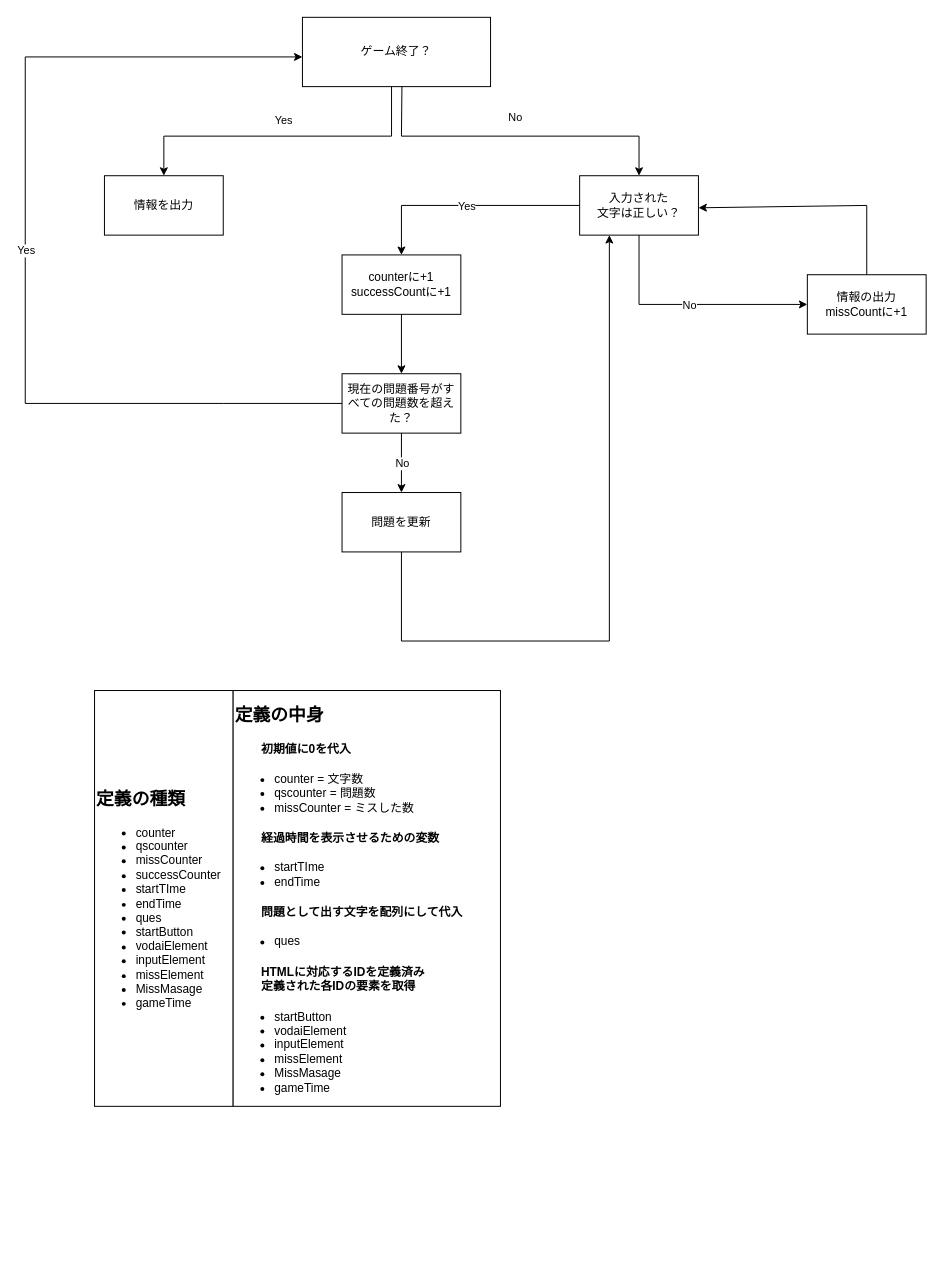
This is Typing/条件分岐.drawio from kuma3daooo/GameProgramming, a draw.io file, before an edit. Source tidied: cells renumbered, new cells numbered last; positions are measured from the earlier drawing's top-left corner, leaving out a move shared by most shapes. Both pictures are drawn from the tidied source at 99%, with x=0, y=0 at pixel (25, 17).
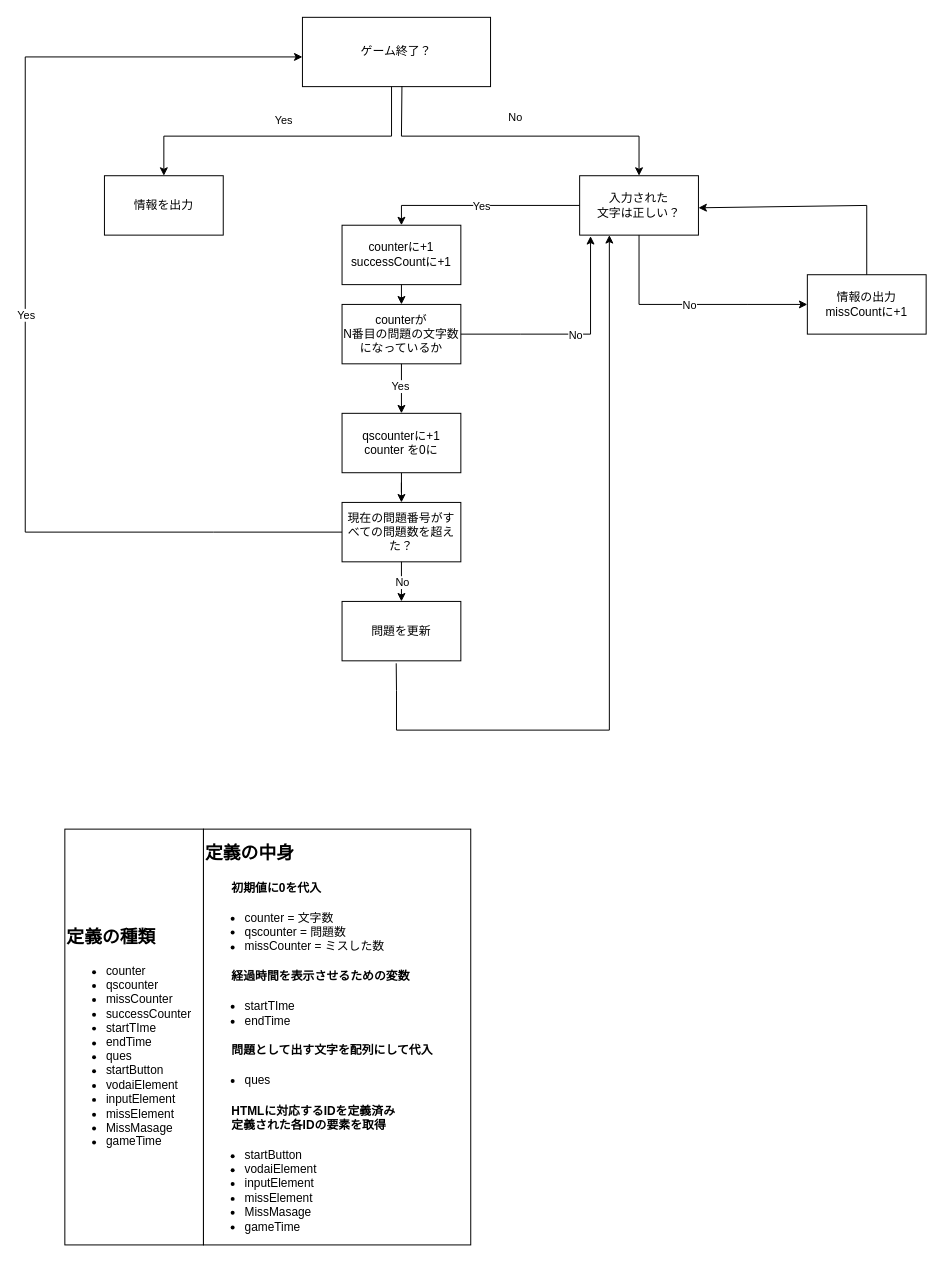
The same diagram, later.

The change refers to these unchanged cells:
```xml
<mxCell id="8" value="入力された&lt;br&gt;文字は正しい？" style="rounded=0;whiteSpace=wrap;html=1;" parent="1" vertex="1">
  <mxGeometry x="560" y="160" width="120" height="60" as="geometry" />
</mxCell>
```

Diff of the diagram source:
```diff
@@
-    <mxCell id="9" style="endArrow=classic;html=1;rounded=0;exitX=0;exitY=0.5;exitDx=0;exitDy=0;" parent="1" edge="1" source="8">
+    <mxCell id="9" style="endArrow=classic;html=1;rounded=0;exitX=0;exitY=0.5;exitDx=0;exitDy=0;entryX=0.5;entryY=0;entryDx=0;entryDy=0;" parent="1" edge="1" source="8" target="15">
       <mxGeometry relative="1" as="geometry">
-        <mxPoint x="380" y="240" as="targetPoint" />
         <Array as="points">
           <mxPoint x="380" y="190" />
         </Array>
       </mxGeometry>
     </mxCell>
@@
     <mxCell id="15" value="counterに+1&lt;br&gt;successCountに+1" style="rounded=0;whiteSpace=wrap;html=1;" parent="1" vertex="1">
-      <mxGeometry x="320" y="240" width="120" height="60" as="geometry" />
+      <mxGeometry x="320" y="210" width="120" height="60" as="geometry" />
     </mxCell>
     <mxCell id="16" value="現在の問題番号がすべての問題数を超えた？" style="rounded=0;whiteSpace=wrap;html=1;" parent="1" vertex="1">
-      <mxGeometry x="320" y="360" width="120" height="60" as="geometry" />
+      <mxGeometry x="320" y="490" width="120" height="60" as="geometry" />
     </mxCell>
-    <mxCell id="17" style="endArrow=classic;html=1;rounded=0;exitX=0.5;exitY=1;exitDx=0;exitDy=0;entryX=0.5;entryY=0;entryDx=0;entryDy=0;" parent="1" edge="1" source="15" target="16">
+    <mxCell id="17" style="endArrow=classic;html=1;rounded=0;exitX=0.5;exitY=1;exitDx=0;exitDy=0;entryX=0.5;entryY=0;entryDx=0;entryDy=0;" parent="1" edge="1" source="15" target="28">
       <mxGeometry relative="1" as="geometry" />
     </mxCell>
-    <mxCell id="18" style="endArrow=classic;html=1;rounded=0;exitX=0.5;exitY=1;exitDx=0;exitDy=0;" parent="1" edge="1" source="16">
-      <mxGeometry relative="1" as="geometry">
-        <mxPoint x="380" y="480" as="targetPoint" />
-      </mxGeometry>
+    <mxCell id="18" style="endArrow=classic;html=1;rounded=0;exitX=0.5;exitY=1;exitDx=0;exitDy=0;entryX=0.5;entryY=0;entryDx=0;entryDy=0;" parent="1" edge="1" source="16" target="20">
+      <mxGeometry relative="1" as="geometry" />
     </mxCell>
@@
     <mxCell id="20" value="問題を更新" style="rounded=0;whiteSpace=wrap;html=1;" parent="1" vertex="1">
-      <mxGeometry x="320" y="480" width="120" height="60" as="geometry" />
+      <mxGeometry x="320" y="590" width="120" height="60" as="geometry" />
     </mxCell>
     <mxCell id="21" style="endArrow=classic;html=1;rounded=0;exitX=0;exitY=0.5;exitDx=0;exitDy=0;" parent="1" edge="1" source="16">
       <mxGeometry relative="1" as="geometry">
         <mxPoint x="280" y="40" as="targetPoint" />
         <Array as="points">
-          <mxPoint x="200" y="390" />
-          <mxPoint y="390" />
+          <mxPoint x="190" y="520" />
+          <mxPoint y="520" />
           <mxPoint y="130" />
           <mxPoint y="40" />
         </Array>
       </mxGeometry>
     </mxCell>
@@
-    <mxCell id="23" style="endArrow=classic;html=1;rounded=0;exitX=0.5;exitY=1;exitDx=0;exitDy=0;entryX=0.25;entryY=1;entryDx=0;entryDy=0;" parent="1" edge="1" source="20" target="8">
+    <mxCell id="23" style="endArrow=classic;html=1;rounded=0;exitX=0.456;exitY=1.042;exitDx=0;exitDy=0;entryX=0.25;entryY=1;entryDx=0;entryDy=0;exitPerimeter=0;" parent="1" edge="1" source="20" target="8">
       <mxGeometry relative="1" as="geometry">
         <Array as="points">
-          <mxPoint x="380" y="630" />
-          <mxPoint x="590" y="630" />
+          <mxPoint x="375" y="680" />
+          <mxPoint x="375" y="720" />
+          <mxPoint x="590" y="720" />
         </Array>
       </mxGeometry>
     </mxCell>
     <mxCell id="24" value="&lt;h2 style=&quot;&quot;&gt;定義の種類&lt;/h2&gt;&lt;div&gt;&lt;ul&gt;&lt;li&gt;counter&lt;/li&gt;&lt;li&gt;qscounter&lt;/li&gt;&lt;li&gt;missCounter&lt;/li&gt;&lt;li&gt;successCounter&lt;/li&gt;&lt;li&gt;startTIme&lt;/li&gt;&lt;li&gt;endTime&lt;/li&gt;&lt;li&gt;ques&lt;/li&gt;&lt;li&gt;startButton&lt;/li&gt;&lt;li&gt;vodaiElement&lt;/li&gt;&lt;li&gt;inputElement&lt;/li&gt;&lt;li&gt;missElement&lt;/li&gt;&lt;li&gt;MissMasage&lt;/li&gt;&lt;li&gt;gameTime&lt;/li&gt;&lt;/ul&gt;&lt;/div&gt;" style="rounded=0;whiteSpace=wrap;html=1;align=left;" parent="1" vertex="1">
-      <mxGeometry x="70" y="680" width="140" height="420" as="geometry" />
+      <mxGeometry x="40" y="820" width="140" height="420" as="geometry" />
     </mxCell>
     <mxCell id="25" value="&lt;h2&gt;定義の中身&lt;/h2&gt;&lt;h4&gt;&lt;span style=&quot;text-align: justify;&quot;&gt;&lt;span style=&quot;white-space: pre;&quot;&gt;&#9;&lt;/span&gt;初期値に0を代入&lt;/span&gt;&lt;/h4&gt;&lt;div style=&quot;text-align: justify;&quot;&gt;&lt;ul&gt;&lt;li&gt;counter = 文字数&lt;/li&gt;&lt;li&gt;qscounter = 問題数&lt;/li&gt;&lt;li&gt;missCounter = ミスした数&lt;/li&gt;&lt;/ul&gt;&lt;/div&gt;&lt;h4 style=&quot;text-align: justify;&quot;&gt;&lt;span style=&quot;white-space: pre;&quot;&gt;&lt;span style=&quot;white-space: pre;&quot;&gt;&#9;&lt;/span&gt;経過時間を表示させるための変数&lt;/span&gt;&lt;/h4&gt;&lt;div style=&quot;text-align: justify;&quot;&gt;&lt;/div&gt;&lt;div style=&quot;text-align: justify;&quot;&gt;&lt;ul&gt;&lt;li&gt;startTIme&lt;/li&gt;&lt;li&gt;endTime&lt;/li&gt;&lt;/ul&gt;&lt;/div&gt;&lt;h4 style=&quot;text-align: justify;&quot;&gt;&lt;span style=&quot;white-space: pre;&quot;&gt;&#9;&lt;/span&gt;&lt;span style=&quot;background-color: initial; white-space: pre;&quot;&gt;問題として出す文字を配列にして代入&lt;/span&gt;&lt;/h4&gt;&lt;div style=&quot;text-align: justify;&quot;&gt;&lt;ul&gt;&lt;li&gt;&lt;span style=&quot;background-color: initial; white-space: pre;&quot;&gt;ques&lt;/span&gt;&lt;/li&gt;&lt;/ul&gt;&lt;/div&gt;&lt;h4 style=&quot;text-align: justify;&quot;&gt;&lt;span style=&quot;white-space: pre;&quot;&gt;&#9;&lt;/span&gt;HTMLに対応するIDを定義済み&lt;br&gt;&lt;span style=&quot;white-space: pre;&quot;&gt;&#9;&lt;/span&gt;定義された各IDの要素を取得&lt;/h4&gt;&lt;div style=&quot;text-align: justify;&quot;&gt;&lt;ul&gt;&lt;li&gt;startButton&lt;/li&gt;&lt;li&gt;vodaiElement&lt;/li&gt;&lt;li&gt;inputElement&lt;/li&gt;&lt;li&gt;missElement&lt;/li&gt;&lt;li&gt;MissMasage&lt;/li&gt;&lt;li&gt;gameTime&lt;/li&gt;&lt;/ul&gt;&lt;/div&gt;" style="rounded=0;whiteSpace=wrap;html=1;align=left;" parent="1" vertex="1">
-      <mxGeometry x="210" y="680" width="270" height="420" as="geometry" />
+      <mxGeometry x="180" y="820" width="270" height="420" as="geometry" />
     </mxCell>
+    <mxCell id="26" style="edgeStyle=orthogonalEdgeStyle;rounded=0;jettySize=auto;html=1;" parent="1" edge="1" source="27" target="16">
+      <mxGeometry relative="1" as="geometry" />
+    </mxCell>
+    <mxCell id="27" value="qscounterに+1&lt;div&gt;counter を0に&lt;/div&gt;" style="rounded=0;whiteSpace=wrap;html=1;" parent="1" vertex="1">
+      <mxGeometry x="320" y="400" width="120" height="60" as="geometry" />
+    </mxCell>
+    <mxCell id="28" value="counterが&lt;br&gt;N番目の問題の文字数になっているか" style="rounded=0;whiteSpace=wrap;html=1;" parent="1" vertex="1">
+      <mxGeometry x="320" y="290" width="120" height="60" as="geometry" />
+    </mxCell>
+    <mxCell id="29" style="endArrow=classic;html=1;rounded=0;exitX=0.5;exitY=1;exitDx=0;exitDy=0;entryX=0.5;entryY=0;entryDx=0;entryDy=0;" parent="1" edge="1" source="28" target="27">
+      <mxGeometry relative="1" as="geometry" />
+    </mxCell>
+    <mxCell id="30" value="Yes" style="edgeLabel;html=1;align=center;verticalAlign=middle;" parent="29" vertex="1">
+      <mxGeometry x="-0.11" y="-2" relative="1" as="geometry" />
+    </mxCell>
+    <mxCell id="31" style="endArrow=classic;html=1;rounded=0;exitX=1;exitY=0.5;exitDx=0;exitDy=0;" parent="1" edge="1">
+      <mxGeometry relative="1" as="geometry">
+        <mxPoint x="440" y="320" as="sourcePoint" />
+        <mxPoint x="571" y="221" as="targetPoint" />
+        <Array as="points">
+          <mxPoint x="500" y="320" />
+          <mxPoint x="571" y="320" />
+        </Array>
+      </mxGeometry>
+    </mxCell>
+    <mxCell id="32" value="No" style="edgeLabel;html=1;align=center;verticalAlign=middle;" parent="31" vertex="1">
+      <mxGeometry relative="1" as="geometry" />
+    </mxCell>
```
